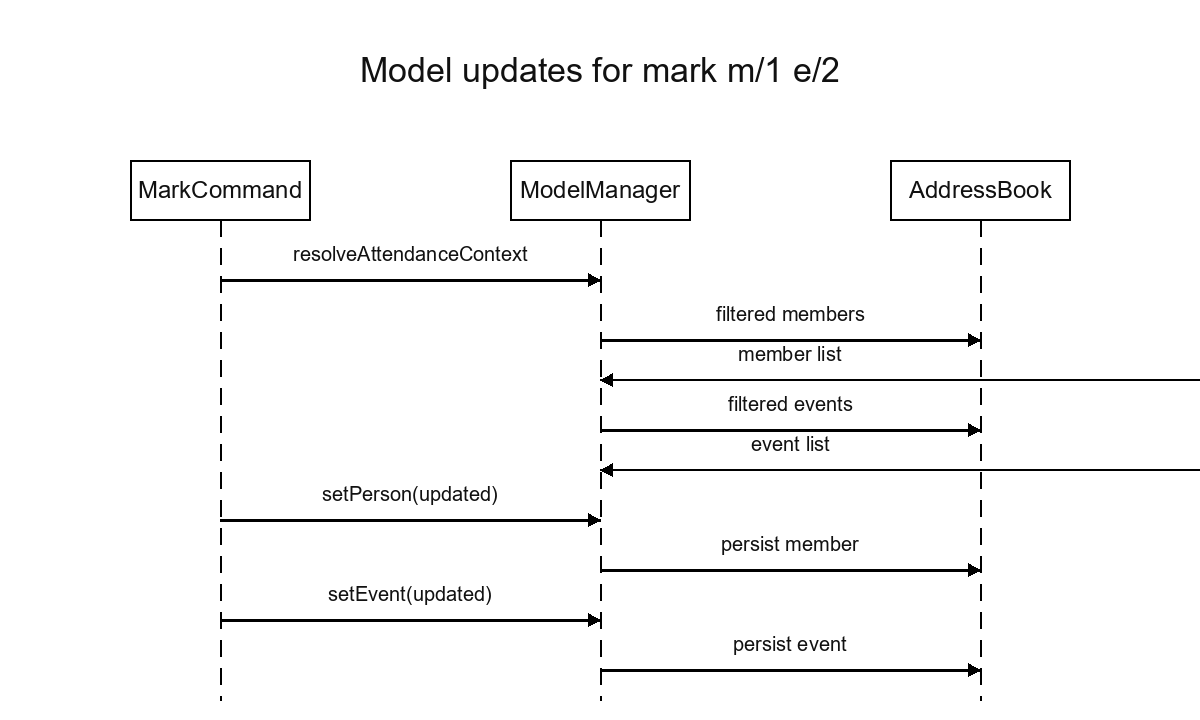
Before: docs/images/AttendanceMarkSequenceModel.png, a diagram exported from PlantUML (samuelcg20/tp). Its source is kept beside it as docs/diagrams/AttendanceMarkSequenceModel.puml.
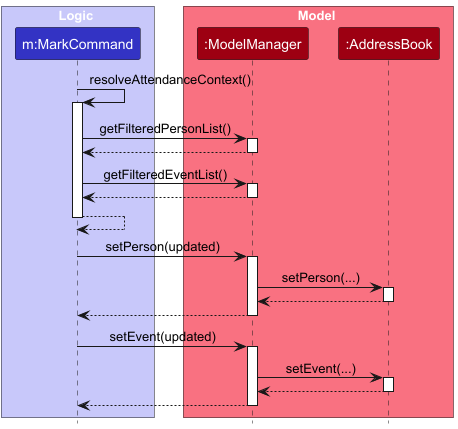
After the commit.

What changed in the source:
```diff
@@ -11,24 +11,37 @@
 participant ":AddressBook" as AddressBook MODEL_COLOR
 end box
 
-MarkCommand -> ModelManager : resolveAttendanceContext()
+MarkCommand -> MarkCommand : resolveAttendanceContext()
+activate MarkCommand
+
+MarkCommand -> ModelManager : getFilteredPersonList()
 activate ModelManager
+ModelManager --> MarkCommand
+deactivate ModelManager
 
-ModelManager -> ModelManager : getFilteredPersonList()
-ModelManager -> ModelManager : getFilteredEventList()
+MarkCommand -> ModelManager : getFilteredEventList()
+activate ModelManager
+ModelManager --> MarkCommand
+deactivate ModelManager
+
+MarkCommand --> MarkCommand
+deactivate MarkCommand
 
 MarkCommand -> ModelManager : setPerson(updated)
+activate ModelManager
 ModelManager -> AddressBook : setPerson(...)
 activate AddressBook
 AddressBook --> ModelManager
 deactivate AddressBook
+ModelManager --> MarkCommand
+deactivate ModelManager
 
 MarkCommand -> ModelManager : setEvent(updated)
+activate ModelManager
 ModelManager -> AddressBook : setEvent(...)
 activate AddressBook
 AddressBook --> ModelManager
 deactivate AddressBook
-
 ModelManager --> MarkCommand
 deactivate ModelManager
 @enduml
```
